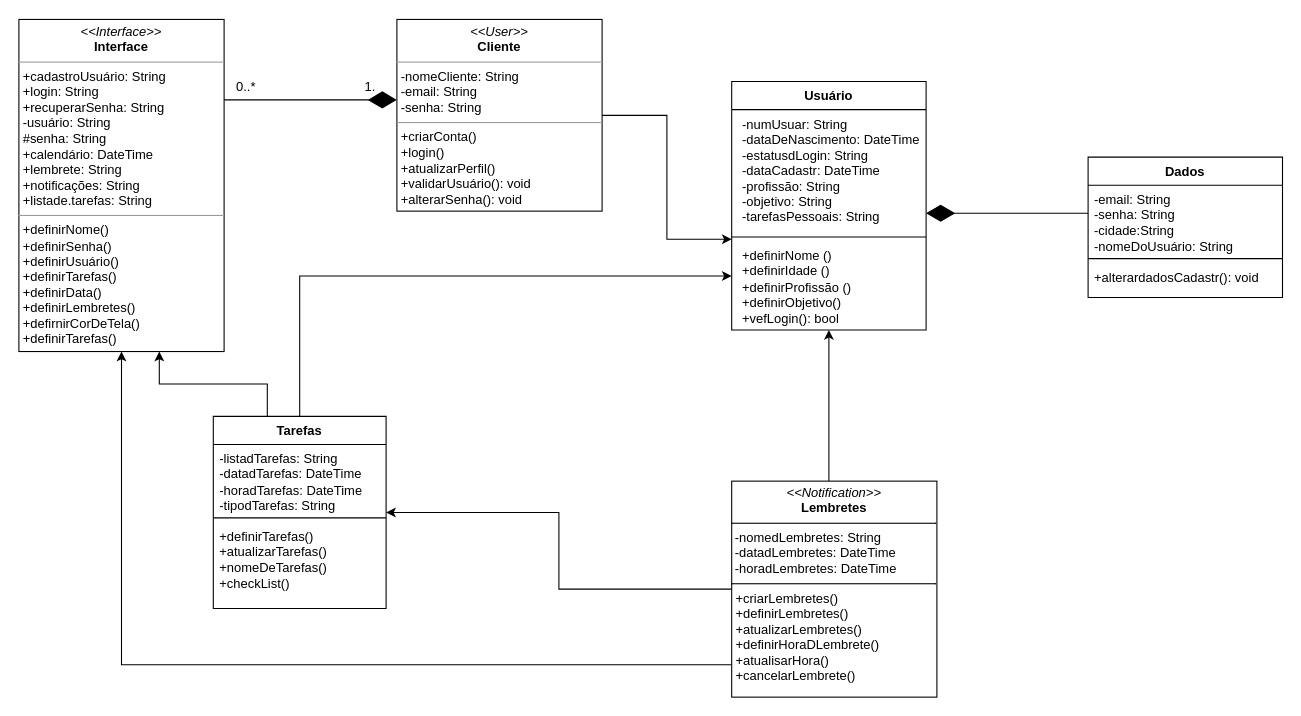
This is docs/img/Diagrama de classe.drawio from ICEI-PUC-Minas-PMV-ADS/pmv-ads-2024-1-e2-proj-int-t3-grupo03, a draw.io file, before an edit. Source tidied: cells renumbered, new cells numbered last; positions are measured from the earlier drawing's top-left corner, leaving out a move shared by most shapes. Both pictures are drawn from the tidied source at 108%, with x=0, y=0 at pixel (18, 18).
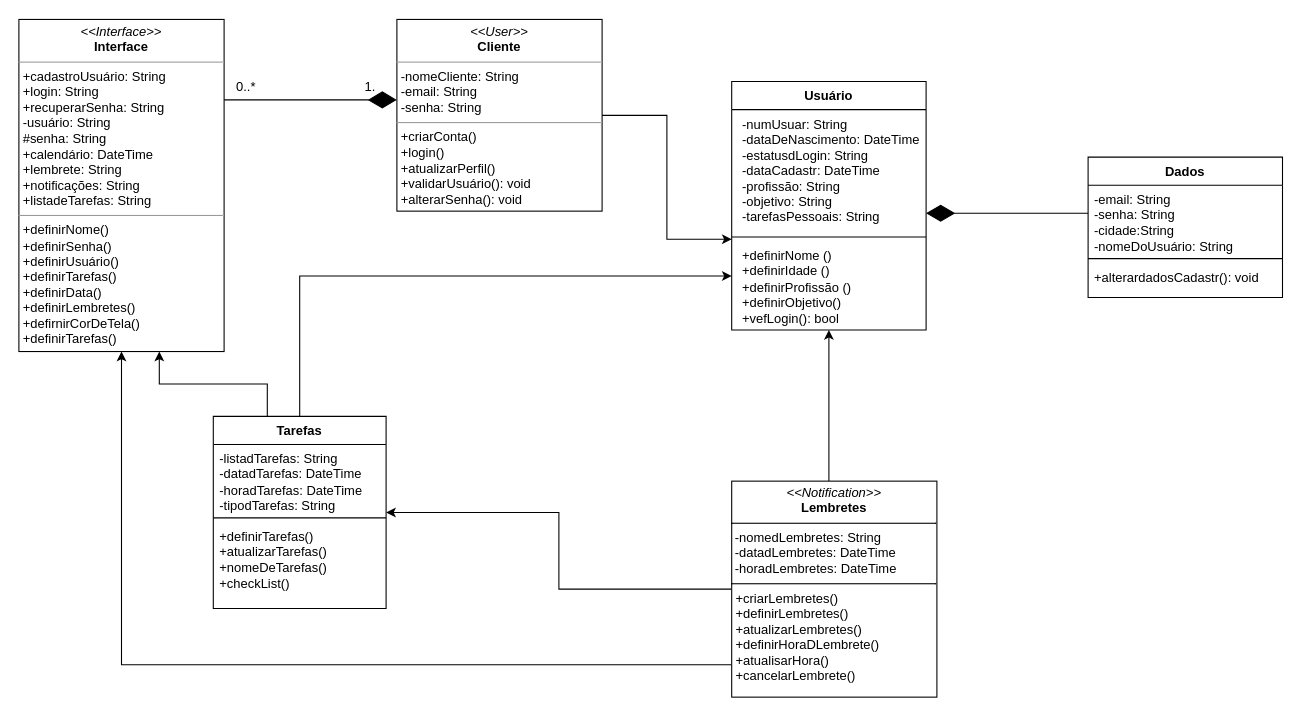
The same diagram, later.

Commit message:
Diagrama de classe KIPA.drawio

The edit, as a diff of the source:
```diff
@@
-    <mxCell id="2" value="&lt;p style=&quot;margin:0px;margin-top:4px;text-align:center;&quot;&gt;&lt;i&gt;&amp;lt;&amp;lt;Interface&amp;gt;&amp;gt;&lt;/i&gt;&lt;br&gt;&lt;b&gt;Interface&lt;/b&gt;&lt;/p&gt;&lt;hr size=&quot;1&quot;&gt;&lt;p style=&quot;margin:0px;margin-left:4px;&quot;&gt;+cadastroUsuário:&amp;nbsp;&lt;span style=&quot;background-color: initial;&quot;&gt;String&lt;/span&gt;&lt;/p&gt;&lt;p style=&quot;margin:0px;margin-left:4px;&quot;&gt;+login:&amp;nbsp;&lt;span style=&quot;background-color: initial;&quot;&gt;String&lt;/span&gt;&lt;/p&gt;&lt;p style=&quot;margin:0px;margin-left:4px;&quot;&gt;+recuperarSenha:&amp;nbsp;&lt;span style=&quot;background-color: initial;&quot;&gt;String&lt;/span&gt;&lt;/p&gt;&lt;p style=&quot;margin:0px;margin-left:4px;&quot;&gt;&lt;span style=&quot;background-color: initial;&quot;&gt;-usuário:&amp;nbsp;&lt;/span&gt;&lt;span style=&quot;background-color: initial;&quot;&gt;String&lt;/span&gt;&lt;/p&gt;&lt;p style=&quot;margin:0px;margin-left:4px;&quot;&gt;&lt;span style=&quot;background-color: initial;&quot;&gt;#senha:&amp;nbsp;&lt;/span&gt;&lt;span style=&quot;background-color: initial;&quot;&gt;String&lt;/span&gt;&lt;/p&gt;&lt;p style=&quot;margin:0px;margin-left:4px;&quot;&gt;+calendário:&amp;nbsp;&lt;span style=&quot;background-color: initial;&quot;&gt;DateTime&lt;/span&gt;&lt;/p&gt;&lt;p style=&quot;margin:0px;margin-left:4px;&quot;&gt;+lembrete:&amp;nbsp;&lt;span style=&quot;background-color: initial;&quot;&gt;String&lt;/span&gt;&lt;/p&gt;&lt;p style=&quot;margin:0px;margin-left:4px;&quot;&gt;+notificações:&amp;nbsp;&lt;span style=&quot;background-color: initial;&quot;&gt;String&lt;/span&gt;&lt;/p&gt;&lt;p style=&quot;margin:0px;margin-left:4px;&quot;&gt;&lt;span style=&quot;background-color: initial;&quot;&gt;+listade.tarefas:&amp;nbsp;&lt;/span&gt;&lt;span style=&quot;background-color: initial;&quot;&gt;String&lt;/span&gt;&lt;/p&gt;&lt;hr size=&quot;1&quot;&gt;&lt;p style=&quot;margin:0px;margin-left:4px;&quot;&gt;+definirNome()&lt;/p&gt;&lt;p style=&quot;margin:0px;margin-left:4px;&quot;&gt;+definirSenha()&lt;/p&gt;&lt;p style=&quot;margin:0px;margin-left:4px;&quot;&gt;+definirUsuário()&lt;/p&gt;&lt;p style=&quot;margin:0px;margin-left:4px;&quot;&gt;+definirTarefas()&lt;/p&gt;&lt;p style=&quot;margin:0px;margin-left:4px;&quot;&gt;+definirData()&lt;br&gt;&lt;/p&gt;&lt;p style=&quot;margin:0px;margin-left:4px;&quot;&gt;+definirLembretes()&lt;/p&gt;&lt;p style=&quot;margin:0px;margin-left:4px;&quot;&gt;+defirnirCorDeTela()&lt;/p&gt;&lt;p style=&quot;margin:0px;margin-left:4px;&quot;&gt;+definirTarefas()&lt;/p&gt;&lt;p style=&quot;margin: 0px 0px 0px 4px;&quot;&gt;&lt;br&gt;&lt;/p&gt;&lt;p style=&quot;margin:0px;margin-left:4px;&quot;&gt;&lt;br&gt;&lt;/p&gt;&lt;p style=&quot;margin:0px;margin-left:4px;&quot;&gt;&lt;br&gt;&lt;/p&gt;&lt;p style=&quot;margin:0px;margin-left:4px;&quot;&gt;&lt;br&gt;&lt;/p&gt;" style="verticalAlign=top;align=left;overflow=fill;fontSize=12;fontFamily=Helvetica;html=1;rounded=0;shadow=0;comic=0;labelBackgroundColor=none;strokeWidth=1;" parent="1" vertex="1">
+    <mxCell id="2" value="&lt;p style=&quot;margin:0px;margin-top:4px;text-align:center;&quot;&gt;&lt;i&gt;&amp;lt;&amp;lt;Interface&amp;gt;&amp;gt;&lt;/i&gt;&lt;br&gt;&lt;b&gt;Interface&lt;/b&gt;&lt;/p&gt;&lt;hr size=&quot;1&quot;&gt;&lt;p style=&quot;margin:0px;margin-left:4px;&quot;&gt;+cadastroUsuário:&amp;nbsp;&lt;span style=&quot;background-color: initial;&quot;&gt;String&lt;/span&gt;&lt;/p&gt;&lt;p style=&quot;margin:0px;margin-left:4px;&quot;&gt;+login:&amp;nbsp;&lt;span style=&quot;background-color: initial;&quot;&gt;String&lt;/span&gt;&lt;/p&gt;&lt;p style=&quot;margin:0px;margin-left:4px;&quot;&gt;+recuperarSenha:&amp;nbsp;&lt;span style=&quot;background-color: initial;&quot;&gt;String&lt;/span&gt;&lt;/p&gt;&lt;p style=&quot;margin:0px;margin-left:4px;&quot;&gt;&lt;span style=&quot;background-color: initial;&quot;&gt;-usuário:&amp;nbsp;&lt;/span&gt;&lt;span style=&quot;background-color: initial;&quot;&gt;String&lt;/span&gt;&lt;/p&gt;&lt;p style=&quot;margin:0px;margin-left:4px;&quot;&gt;&lt;span style=&quot;background-color: initial;&quot;&gt;#senha:&amp;nbsp;&lt;/span&gt;&lt;span style=&quot;background-color: initial;&quot;&gt;String&lt;/span&gt;&lt;/p&gt;&lt;p style=&quot;margin:0px;margin-left:4px;&quot;&gt;+calendário:&amp;nbsp;&lt;span style=&quot;background-color: initial;&quot;&gt;DateTime&lt;/span&gt;&lt;/p&gt;&lt;p style=&quot;margin:0px;margin-left:4px;&quot;&gt;+lembrete:&amp;nbsp;&lt;span style=&quot;background-color: initial;&quot;&gt;String&lt;/span&gt;&lt;/p&gt;&lt;p style=&quot;margin:0px;margin-left:4px;&quot;&gt;+notificações:&amp;nbsp;&lt;span style=&quot;background-color: initial;&quot;&gt;String&lt;/span&gt;&lt;/p&gt;&lt;p style=&quot;margin:0px;margin-left:4px;&quot;&gt;&lt;span style=&quot;background-color: initial;&quot;&gt;+listadeTarefas:&amp;nbsp;&lt;/span&gt;&lt;span style=&quot;background-color: initial;&quot;&gt;String&lt;/span&gt;&lt;/p&gt;&lt;hr size=&quot;1&quot;&gt;&lt;p style=&quot;margin:0px;margin-left:4px;&quot;&gt;+definirNome()&lt;/p&gt;&lt;p style=&quot;margin:0px;margin-left:4px;&quot;&gt;+definirSenha()&lt;/p&gt;&lt;p style=&quot;margin:0px;margin-left:4px;&quot;&gt;+definirUsuário()&lt;/p&gt;&lt;p style=&quot;margin:0px;margin-left:4px;&quot;&gt;+definirTarefas()&lt;/p&gt;&lt;p style=&quot;margin:0px;margin-left:4px;&quot;&gt;+definirData()&lt;br&gt;&lt;/p&gt;&lt;p style=&quot;margin:0px;margin-left:4px;&quot;&gt;+definirLembretes()&lt;/p&gt;&lt;p style=&quot;margin:0px;margin-left:4px;&quot;&gt;+defirnirCorDeTela()&lt;/p&gt;&lt;p style=&quot;margin:0px;margin-left:4px;&quot;&gt;+definirTarefas()&lt;/p&gt;&lt;p style=&quot;margin: 0px 0px 0px 4px;&quot;&gt;&lt;br&gt;&lt;/p&gt;&lt;p style=&quot;margin:0px;margin-left:4px;&quot;&gt;&lt;br&gt;&lt;/p&gt;&lt;p style=&quot;margin:0px;margin-left:4px;&quot;&gt;&lt;br&gt;&lt;/p&gt;&lt;p style=&quot;margin:0px;margin-left:4px;&quot;&gt;&lt;br&gt;&lt;/p&gt;" style="verticalAlign=top;align=left;overflow=fill;fontSize=12;fontFamily=Helvetica;html=1;rounded=0;shadow=0;comic=0;labelBackgroundColor=none;strokeWidth=1;" parent="1" vertex="1">
       <mxGeometry y="0.5" width="190" height="307.5" as="geometry" />
     </mxCell>
```
